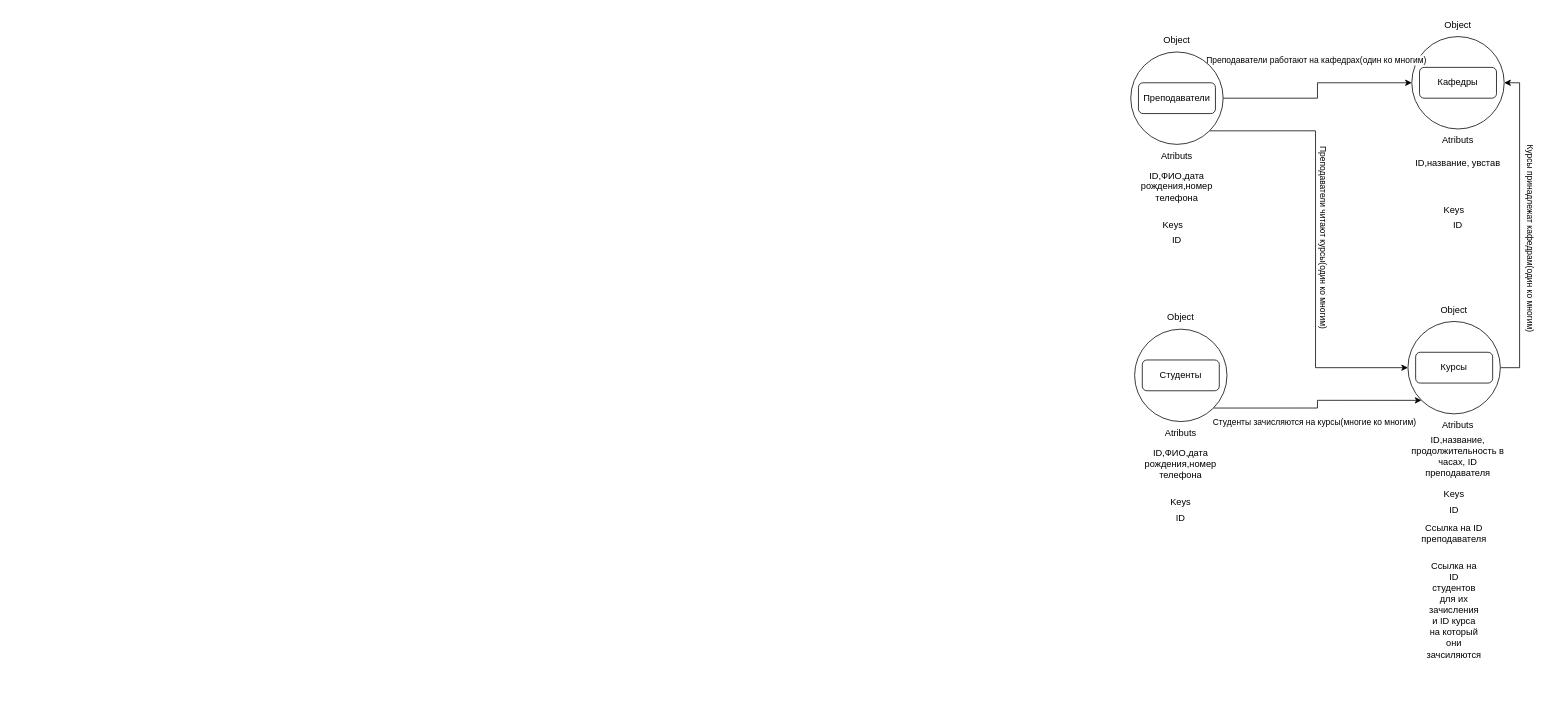
Before: page "Страница — 1" (1 of 3) of DomaskaSkillBoxNazakatov.drawio in Kexotbq/HomeWorkDiagrams.net, a draw.io diagram. Source tidied: cells renumbered, new cells numbered last; positions are measured from the earlier drawing's top-left corner, leaving out a move shared by most shapes. Both pictures are drawn from the tidied source at 77%, with x=0, y=0 at pixel (1127, 13).
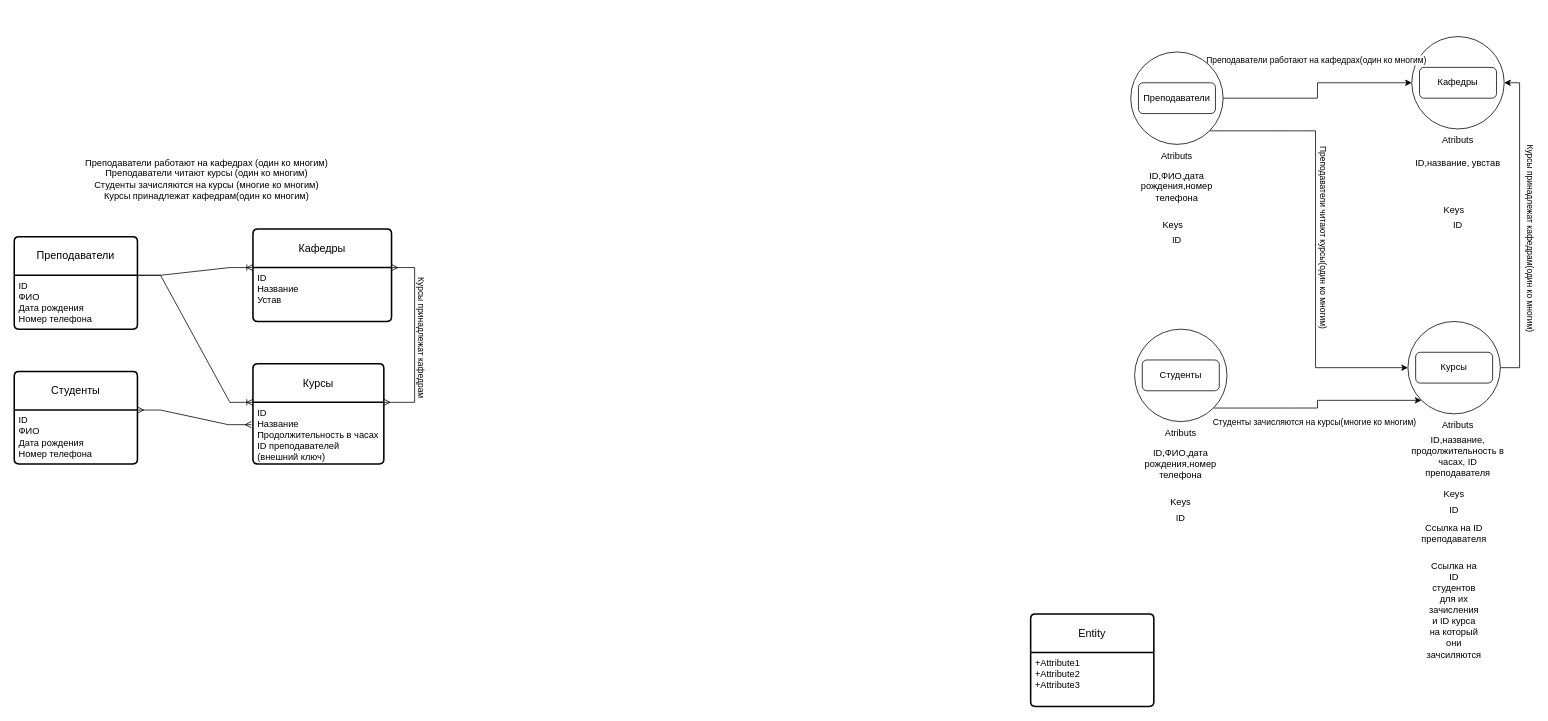
Above is the later version.

The edit, as a diff of the source:
```diff
@@
-    <mxCell id="23" value="Object" style="text;html=1;align=center;verticalAlign=middle;whiteSpace=wrap;rounded=0;" parent="1" vertex="1">
-      <mxGeometry x="40" y="380" width="60" height="30" as="geometry" />
-    </mxCell>
@@
-    <mxCell id="31" value="Object" style="text;html=1;align=center;verticalAlign=middle;whiteSpace=wrap;rounded=0;" parent="1" vertex="1">
-      <mxGeometry x="35" y="20" width="60" height="30" as="geometry" />
-    </mxCell>
-    <mxCell id="32" value="Object" style="text;html=1;align=center;verticalAlign=middle;whiteSpace=wrap;rounded=0;" parent="1" vertex="1">
-      <mxGeometry x="400" width="60" height="30" as="geometry" />
-    </mxCell>
-    <mxCell id="33" value="Object" style="text;html=1;align=center;verticalAlign=middle;whiteSpace=wrap;rounded=0;" parent="1" vertex="1">
-      <mxGeometry x="395" y="370" width="60" height="30" as="geometry" />
-    </mxCell>
@@
+    <mxCell id="44" value="Entity" style="swimlane;horizontal=1;startSize=50;rounded=1;fontSize=14;fontStyle=0;strokeWidth=2;shadow=0;dashed=0;align=center;arcSize=4;whiteSpace=wrap;html=1;" parent="1" vertex="1">
+      <mxGeometry x="-125" y="780" width="160" height="120" as="geometry" />
+    </mxCell>
+    <mxCell id="45" value="+Attribute1&#10;+Attribute2&#10;+Attribute3" style="align=left;strokeColor=none;fillColor=none;spacingLeft=4;fontSize=12;verticalAlign=top;html=1;" parent="44" vertex="1">
+      <mxGeometry y="50" width="160" height="70" as="geometry" />
+    </mxCell>
+    <mxCell id="46" value="Студенты" style="swimlane;horizontal=1;startSize=50;rounded=1;fontSize=14;fontStyle=0;strokeWidth=2;shadow=0;dashed=0;align=center;arcSize=4;whiteSpace=wrap;html=1;" parent="1" vertex="1">
+      <mxGeometry x="-1445" y="465" width="160" height="120" as="geometry" />
+    </mxCell>
+    <mxCell id="47" value="ID&lt;div&gt;ФИО&lt;/div&gt;&lt;div&gt;Дата рождения&lt;/div&gt;&lt;div&gt;Номер телефона&lt;/div&gt;&lt;div&gt;&lt;br&gt;&lt;/div&gt;" style="align=left;strokeColor=none;fillColor=none;spacingLeft=4;fontSize=12;verticalAlign=top;html=1;" parent="46" vertex="1">
+      <mxGeometry y="50" width="160" height="70" as="geometry" />
+    </mxCell>
+    <mxCell id="48" value="Преподаватели" style="swimlane;horizontal=1;startSize=50;rounded=1;fontSize=14;fontStyle=0;strokeWidth=2;shadow=0;dashed=0;align=center;arcSize=4;whiteSpace=wrap;html=1;" parent="1" vertex="1">
+      <mxGeometry x="-1445" y="290" width="160" height="120" as="geometry" />
+    </mxCell>
+    <mxCell id="49" value="ID&lt;div&gt;ФИО&lt;/div&gt;&lt;div&gt;Дата рождения&lt;/div&gt;&lt;div&gt;Номер телефона&lt;/div&gt;&lt;div&gt;&lt;br&gt;&lt;/div&gt;" style="align=left;strokeColor=none;fillColor=none;spacingLeft=4;fontSize=12;verticalAlign=top;html=1;" parent="48" vertex="1">
+      <mxGeometry y="50" width="160" height="70" as="geometry" />
+    </mxCell>
+    <mxCell id="50" value="Курсы" style="swimlane;horizontal=1;startSize=50;rounded=1;fontSize=14;fontStyle=0;strokeWidth=2;shadow=0;dashed=0;align=center;arcSize=4;whiteSpace=wrap;html=1;" parent="1" vertex="1">
+      <mxGeometry x="-1135" y="455" width="170" height="130" as="geometry" />
+    </mxCell>
+    <mxCell id="51" value="ID&lt;div&gt;Название&lt;/div&gt;&lt;div&gt;Продолжительность в часах&lt;/div&gt;&lt;div&gt;ID преподавателей&lt;/div&gt;&lt;div&gt;(внешний ключ)&lt;/div&gt;&lt;div&gt;&lt;br&gt;&lt;/div&gt;" style="align=left;strokeColor=none;fillColor=none;spacingLeft=4;fontSize=12;verticalAlign=top;html=1;" parent="50" vertex="1">
+      <mxGeometry y="50" width="170" height="80" as="geometry" />
+    </mxCell>
+    <mxCell id="52" value="Кафедры" style="swimlane;horizontal=1;startSize=50;rounded=1;fontSize=14;fontStyle=0;strokeWidth=2;shadow=0;dashed=0;align=center;arcSize=4;whiteSpace=wrap;html=1;" parent="1" vertex="1">
+      <mxGeometry x="-1135" y="280" width="180" height="120" as="geometry" />
+    </mxCell>
+    <mxCell id="53" value="ID&lt;div&gt;Название&lt;/div&gt;&lt;div&gt;Устав&lt;/div&gt;&lt;div&gt;&lt;br&gt;&lt;/div&gt;" style="align=left;strokeColor=none;fillColor=none;spacingLeft=4;fontSize=12;verticalAlign=top;html=1;" parent="52" vertex="1">
+      <mxGeometry y="50" width="180" height="70" as="geometry" />
+    </mxCell>
+    <mxCell id="54" style="edgeStyle=entityRelationEdgeStyle;fontSize=12;html=1;endArrow=ERoneToMany;rounded=0;exitX=1;exitY=0;exitDx=0;exitDy=0;entryX=0;entryY=0;entryDx=0;entryDy=0;" parent="1" edge="1" source="49" target="53">
+      <mxGeometry relative="1" as="geometry" />
+    </mxCell>
+    <mxCell id="55" style="edgeStyle=entityRelationEdgeStyle;fontSize=12;html=1;endArrow=ERoneToMany;rounded=0;exitX=1;exitY=0;exitDx=0;exitDy=0;" parent="1" edge="1" source="49">
+      <mxGeometry relative="1" as="geometry">
+        <mxPoint x="-1135" y="505" as="targetPoint" />
+      </mxGeometry>
+    </mxCell>
+    <mxCell id="56" style="edgeStyle=entityRelationEdgeStyle;fontSize=12;html=1;endArrow=ERmany;startArrow=ERmany;rounded=0;exitX=1;exitY=0;exitDx=0;exitDy=0;entryX=-0.012;entryY=0.363;entryDx=0;entryDy=0;entryPerimeter=0;" parent="1" edge="1" source="47" target="51">
+      <mxGeometry relative="1" as="geometry" />
+    </mxCell>
+    <mxCell id="57" style="edgeStyle=entityRelationEdgeStyle;fontSize=12;html=1;endArrow=ERmany;startArrow=ERmany;rounded=0;entryX=1;entryY=0;entryDx=0;entryDy=0;" parent="1" edge="1" target="51">
+      <mxGeometry relative="1" as="geometry">
+        <mxPoint x="-955" y="330" as="sourcePoint" />
+        <Array as="points">
+          <mxPoint x="-865" y="480" />
+          <mxPoint x="-935" y="440" />
+          <mxPoint x="-465" y="330" />
+        </Array>
+      </mxGeometry>
+    </mxCell>
+    <mxCell id="58" value="Курсы принадлежат кафедрам" style="edgeLabel;html=1;align=center;verticalAlign=middle;rotation=90;" parent="57" vertex="1">
+      <mxGeometry x="0.02" relative="1" as="geometry">
+        <mxPoint x="10" y="-5" as="offset" />
+      </mxGeometry>
+    </mxCell>
+    <mxCell id="59" value="Преподаватели работают на кафедрах (один ко многим)&lt;br&gt;Преподаватели читают курсы (один ко многим)&lt;br&gt;Студенты зачисляются на курсы (многие ко многим)&lt;br&gt;Курсы принадлежат кафедрам(один ко многим)" style="text;html=1;align=center;verticalAlign=middle;whiteSpace=wrap;rounded=0;" parent="1" vertex="1">
+      <mxGeometry x="-1445" y="170" width="500" height="90" as="geometry" />
+    </mxCell>
```
